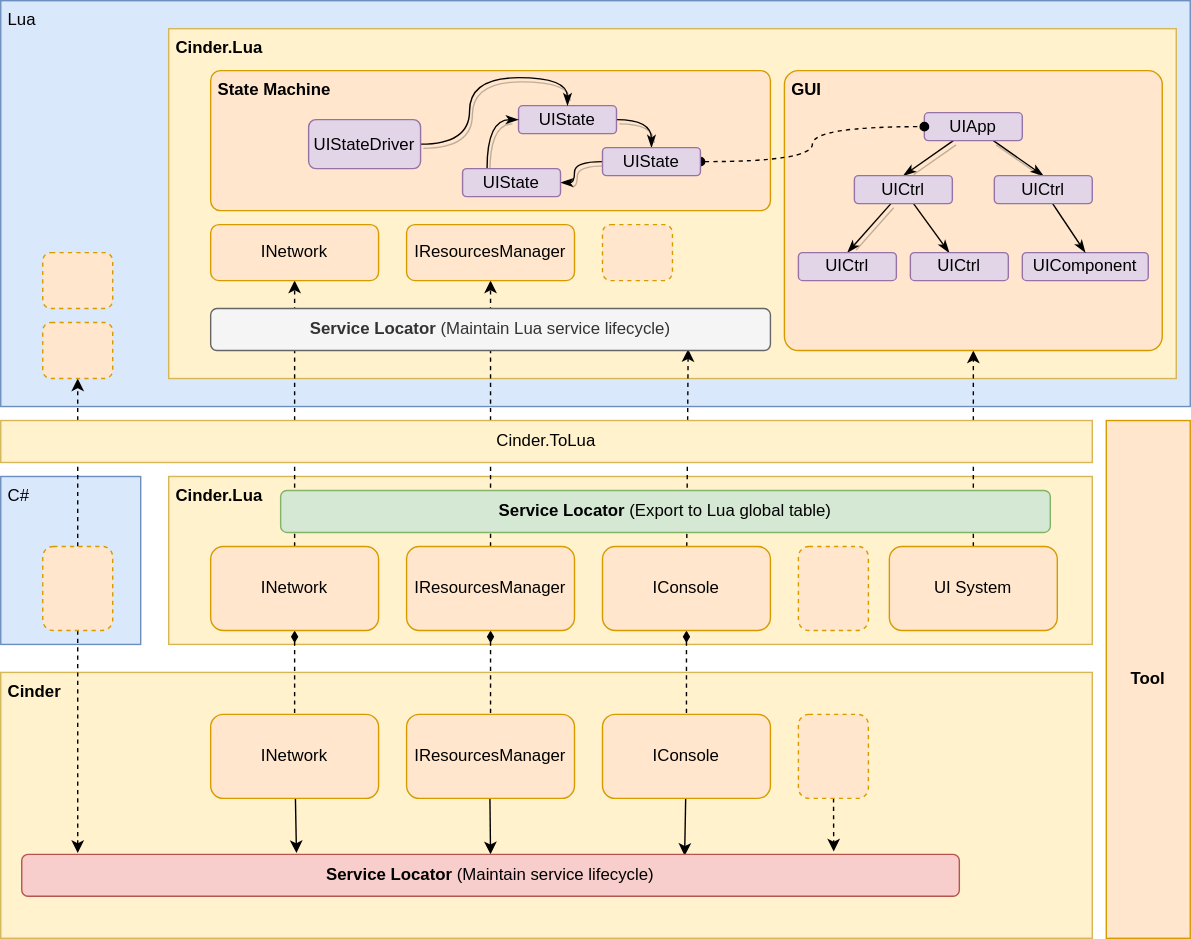
Before: source/assets/framework/client_framework.svg, a diagram exported from draw.io (G-Cinder/Memoranda). Source tidied: cells renumbered, new cells last; positions are measured from the earlier drawing's top-left corner, leaving out a move shared by most shapes.
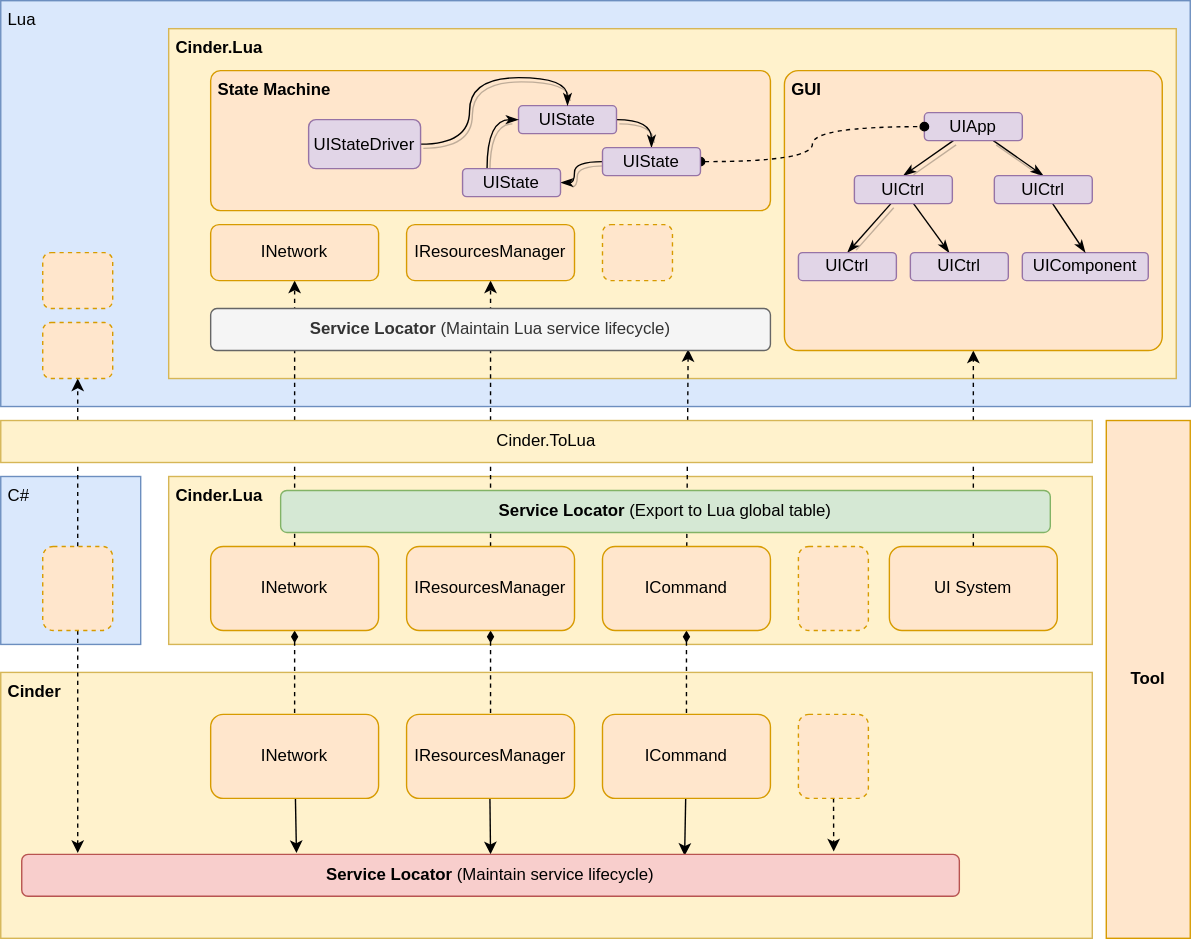
After the change.

What changed in the source:
```diff
@@ -31,7 +31,7 @@
     <mxCell id="10" style="rounded=0;jettySize=auto;html=1;strokeColor=#000000;entryX=0.707;entryY=0.033;entryDx=0;entryDy=0;entryPerimeter=0;" parent="1" edge="1" source="11" target="26">
       <mxGeometry relative="1" as="geometry" />
     </mxCell>
-    <mxCell id="11" value="IConsole" style="rounded=1;whiteSpace=wrap;html=1;align=center;fillColor=#ffe6cc;strokeColor=#d79b00;fontColor=#000000;" parent="1" vertex="1">
+    <mxCell id="11" value="ICommand" style="rounded=1;whiteSpace=wrap;html=1;align=center;fillColor=#ffe6cc;strokeColor=#d79b00;fontColor=#000000;" parent="1" vertex="1">
       <mxGeometry x="430" y="510" width="120" height="60" as="geometry" />
     </mxCell>
     <mxCell id="12" style="rounded=0;jettySize=auto;html=1;dashed=1;strokeColor=#000000;entryX=0.866;entryY=-0.067;entryDx=0;entryDy=0;entryPerimeter=0;" parent="1" edge="1" source="13" target="26">
@@ -67,7 +67,7 @@
     <mxCell id="22" style="edgeStyle=none;rounded=0;jettySize=auto;html=1;entryX=0.853;entryY=0.967;entryDx=0;entryDy=0;dashed=1;strokeColor=#000000;entryPerimeter=0;" parent="1" edge="1" source="23" target="48">
       <mxGeometry relative="1" as="geometry" />
     </mxCell>
-    <mxCell id="23" value="IConsole" style="rounded=1;whiteSpace=wrap;html=1;align=center;fillColor=#ffe6cc;strokeColor=#d79b00;fontColor=#000000;" parent="1" vertex="1">
+    <mxCell id="23" value="ICommand" style="rounded=1;whiteSpace=wrap;html=1;align=center;fillColor=#ffe6cc;strokeColor=#d79b00;fontColor=#000000;" parent="1" vertex="1">
       <mxGeometry x="430" y="390" width="120" height="60" as="geometry" />
     </mxCell>
     <mxCell id="24" style="edgeStyle=none;rounded=0;jettySize=auto;html=1;entryX=0.5;entryY=1;entryDx=0;entryDy=0;dashed=1;strokeColor=#000000;" parent="1" edge="1" source="25" target="31">
```
